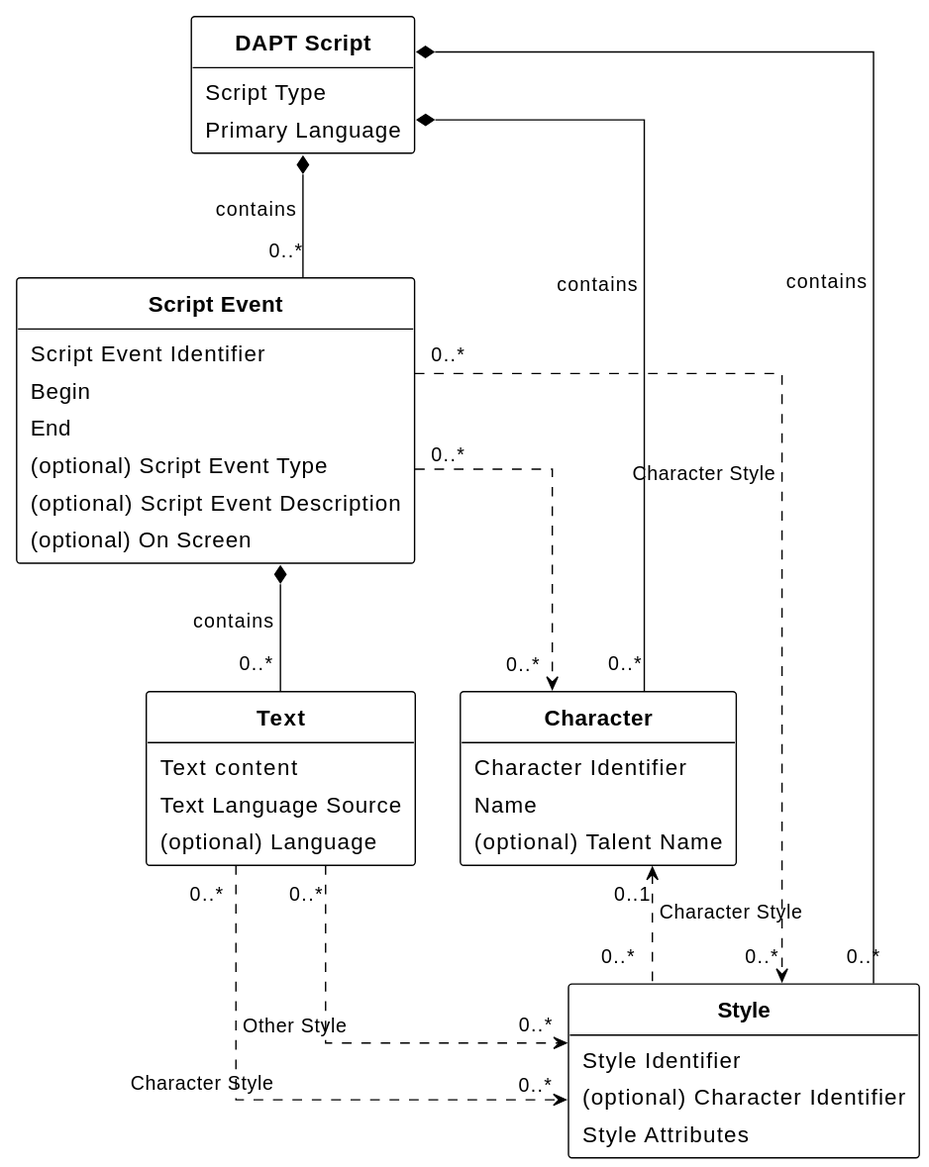
This is figures/class-diagram.svg from w3c/dapt, a PlantUML export, as it was before one commit. Source of this version:
```plantuml
@startuml
!theme plain
!pragma ratio 1.3
skinparam linetype ortho
skinparam DefaultFontName sans-serif
skinparam DefaultFontSize 16
skinparam ArrowFontSize 14
skinparam ArrowMessageAlignment direction
skinparam Padding 4
skinparam Nodesep 2
skinparam Ranksep 0

together {
    Class DAPTScript as "**DAPT Script**" [[#dapt-script]] {
        Script Type [[[#script-type]]]
        Primary Language [[[#primary-language]]]
    }

    Class ScriptEvent as "**Script Event**" [[#script-event]] {
        Script Event Identifier [[[#dfn-script-event-identifier]]]
        Begin [[[#dfn-begin]]]
        End [[[#dfn-end]]]
        {field} (optional) Script Event Type [[[#dfn-script-event-type]]]
        {field} (optional) Script Event Description [[[#dfn-script-event-description]]]
        {field} (optional) On Screen [[[#on-screen]]]
    }

    Class Text as "**Text**" [[#text]] {
        Text content [[[#dfn-text]]]
        Text Language Source [[[#text-language-source]]]
        {field} (optional) Language
    }
}

Class Character as "**Character**" [[#character]] {
    Character Identifier [[[#dfn-character-identifier]]]
    Name [[[#dfn-character-name]]]
    {field} (optional) Talent Name [[[#dfn-character-talent-name]]]
}

Class Style as "**Style**" {
    Style Identifier
    {field} (optional) Character Identifier [[[#dfn-character-identifier]]]
    Style Attributes
}

DAPTScript *-down- "0..*" ScriptEvent : contains
DAPTScript *-right- "0..*" Character : contains
DAPTScript *-right- "0..*" Style : contains
Character "0..1" <.down. "0..*" Style [[#dfn-character-style]] : Character Style
ScriptEvent "0..*" .right.> "0..*" Style [[#dfn-character-style]] : Character Style
Text "0..*" .right.> "0..*" Style [[#dfn-character-style]] : Character Style
Text "0..*" .right.> "0..*" Style : Other Style
ScriptEvent *-down- "0..*" Text : contains
ScriptEvent "0..*" ..> "0..*" Character

DAPTScript -[hidden]r- Style

hide empty members
hide circle
@enduml
```
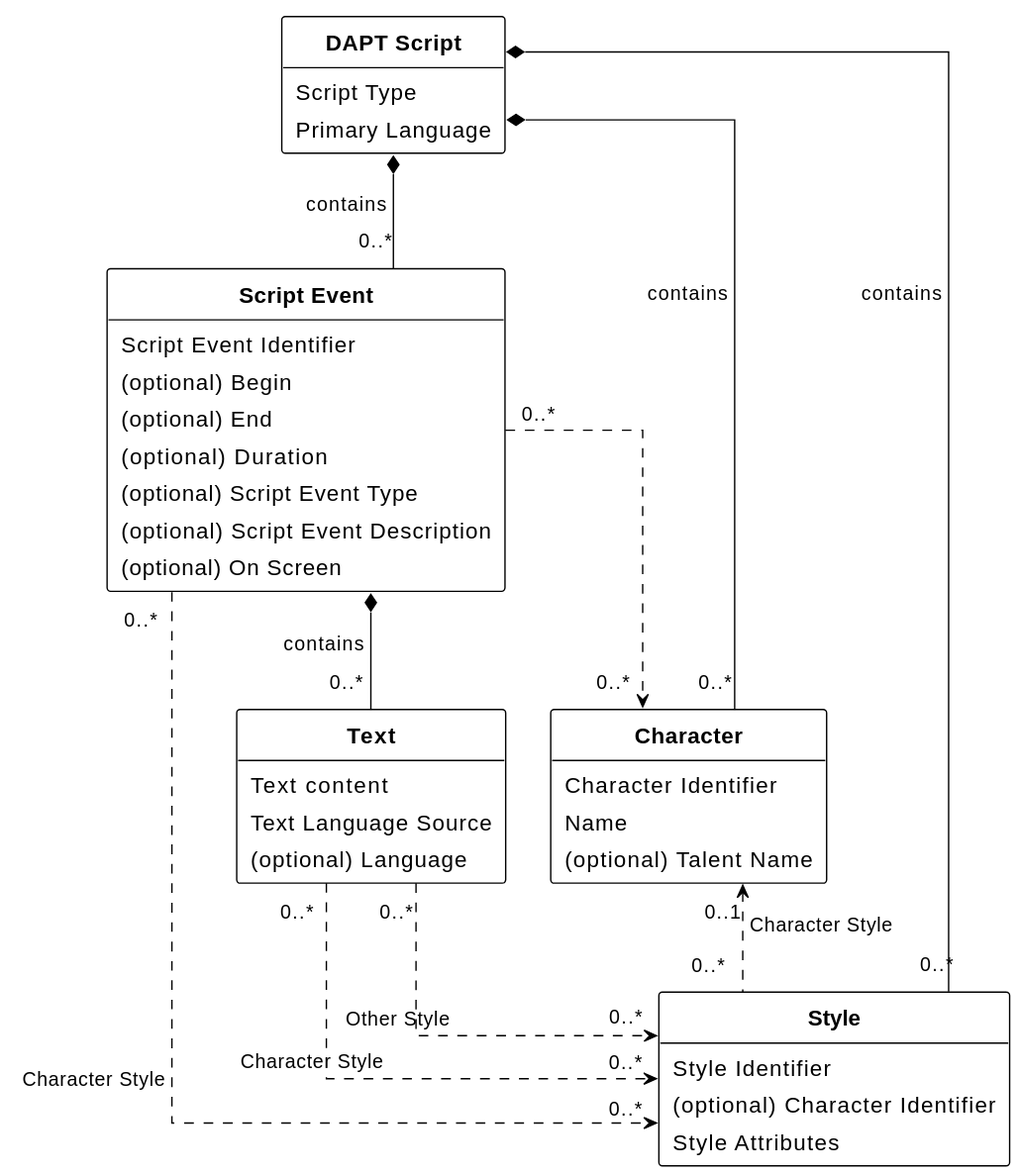
Above is the later version.

Commit message:
Fix diagram to match change needed in #59.

Begin and End are optional,
Duration is added, and optional.

Change to the diagram source:
```diff
@@ -18,8 +18,9 @@
 
     Class ScriptEvent as "**Script Event**" [[#script-event]] {
         Script Event Identifier [[[#dfn-script-event-identifier]]]
-        Begin [[[#dfn-begin]]]
-        End [[[#dfn-end]]]
+        {field} (optional) Begin [[[#dfn-begin]]]
+        {field} (optional) End [[[#dfn-end]]]
+        {field} (optional) Duration [[[#dfn-duration]]]
         {field} (optional) Script Event Type [[[#dfn-script-event-type]]]
         {field} (optional) Script Event Description [[[#dfn-script-event-description]]]
         {field} (optional) On Screen [[[#on-screen]]]
```
